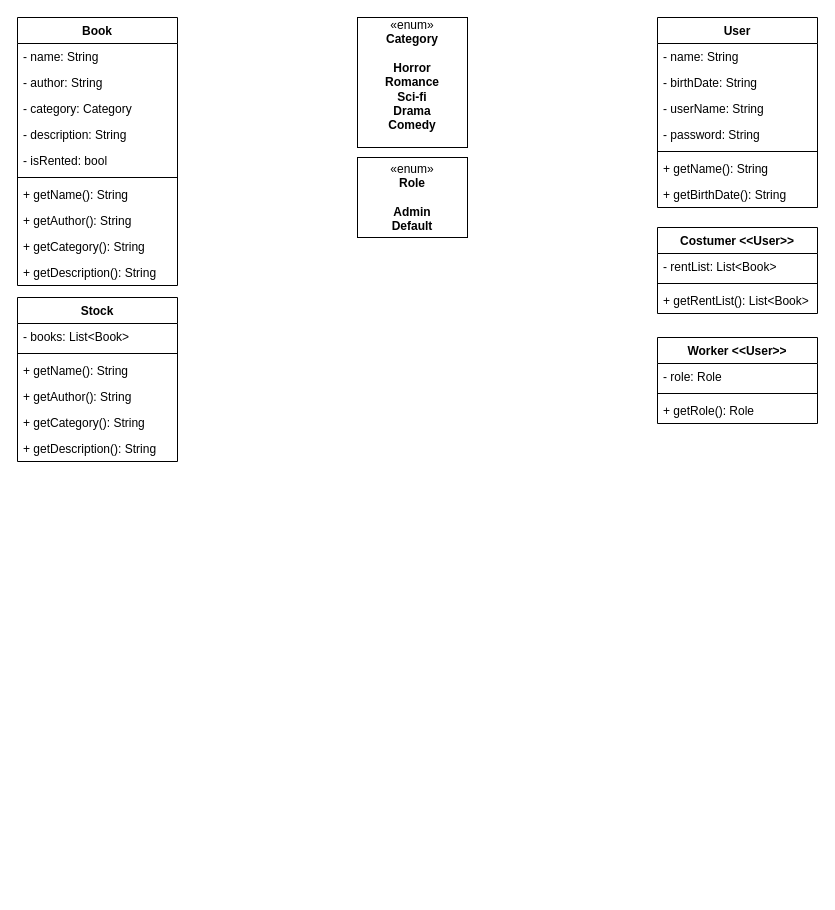
Earlier version of the draw.io diagram Diagrama sem nome.drawio (wOL-Lucas/M2Elio). Source tidied: cells renumbered, new cells numbered last; positions are measured from the earlier drawing's top-left corner, leaving out a move shared by most shapes. Both pictures are drawn from the tidied source at 100%, with x=0, y=0 at pixel (17, 17).
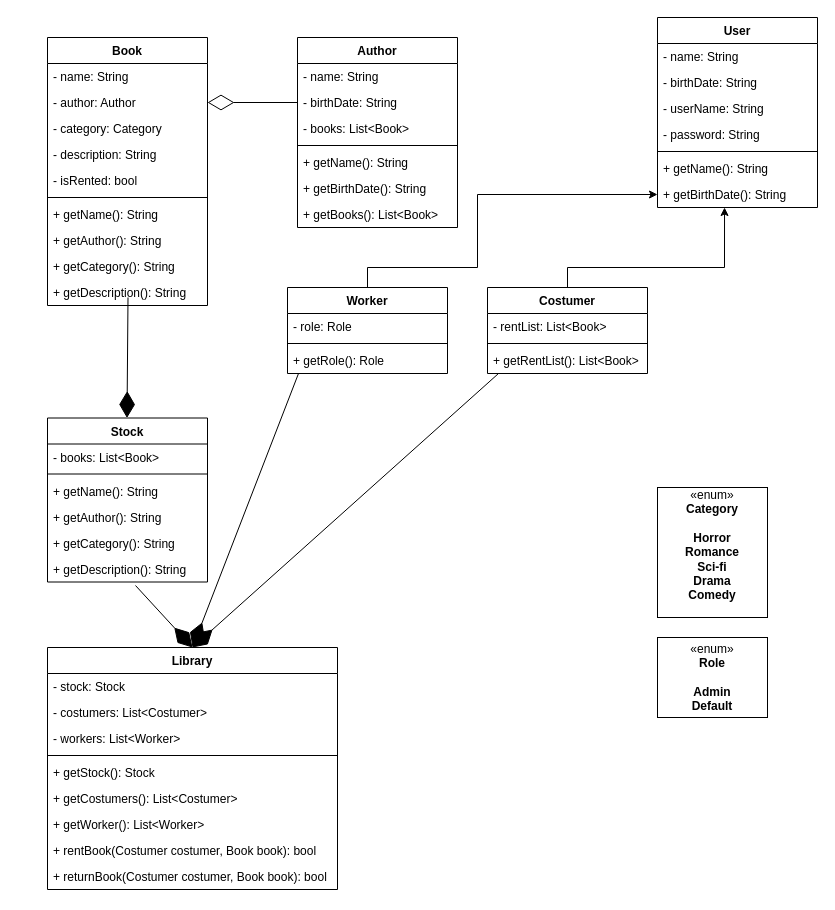
The same page after the edit.

Commit message:
Create Library class and connect relations.

The change refers to these unchanged cells:
```xml
<mxCell id="21" value="+ getBirthDate(): String" style="text;strokeColor=none;fillColor=none;align=left;verticalAlign=top;spacingLeft=4;spacingRight=4;overflow=hidden;points=[[0,0.5],[1,0.5]];portConstraint=eastwest;whiteSpace=wrap;html=1;" parent="14" vertex="1">
  <mxGeometry y="164" width="160" height="26" as="geometry" />
</mxCell>
<mxCell id="37" value="+ getDescription(): String" style="text;strokeColor=none;fillColor=none;align=left;verticalAlign=top;spacingLeft=4;spacingRight=4;overflow=hidden;points=[[0,0.5],[1,0.5]];portConstraint=eastwest;whiteSpace=wrap;html=1;" parent="31" vertex="1">
  <mxGeometry y="138" width="160" height="26" as="geometry" />
</mxCell>
```

What changed in the source:
```diff
@@
     <mxCell id="2" value="Book" style="swimlane;fontStyle=1;align=center;verticalAlign=top;horizontal=1;startSize=26;whiteSpace=wrap;html=1;" parent="1" vertex="1">
-      <mxGeometry width="160" height="268" as="geometry" />
+      <mxGeometry x="30" y="20" width="160" height="268" as="geometry" />
     </mxCell>
@@
-    <mxCell id="4" value="- author: String" style="text;strokeColor=none;fillColor=none;align=left;verticalAlign=top;spacingLeft=4;spacingRight=4;overflow=hidden;points=[[0,0.5],[1,0.5]];portConstraint=eastwest;whiteSpace=wrap;html=1;" parent="2" vertex="1">
+    <mxCell id="4" value="- author: Author" style="text;strokeColor=none;fillColor=none;align=left;verticalAlign=top;spacingLeft=4;spacingRight=4;overflow=hidden;points=[[0,0.5],[1,0.5]];portConstraint=eastwest;whiteSpace=wrap;html=1;" parent="2" vertex="1">
       <mxGeometry y="52" width="160" height="26" as="geometry" />
     </mxCell>
@@
     <mxCell id="13" value="«enum»&lt;br&gt;&lt;div&gt;&lt;b&gt;Category&lt;/b&gt;&lt;/div&gt;&lt;div&gt;&lt;b&gt;&lt;br&gt;&lt;/b&gt;&lt;/div&gt;&lt;div&gt;&lt;b&gt;Horror&lt;/b&gt;&lt;/div&gt;&lt;div&gt;&lt;b&gt;Romance&lt;/b&gt;&lt;/div&gt;&lt;div&gt;&lt;b&gt;Sci-fi&lt;/b&gt;&lt;/div&gt;&lt;div&gt;&lt;b&gt;Drama&lt;/b&gt;&lt;/div&gt;&lt;div&gt;&lt;b&gt;Comedy&lt;/b&gt;&lt;/div&gt;&lt;div&gt;&lt;b&gt;&lt;br&gt;&lt;/b&gt;&lt;/div&gt;" style="html=1;whiteSpace=wrap;" parent="1" vertex="1">
-      <mxGeometry x="340" width="110" height="130" as="geometry" />
+      <mxGeometry x="640" y="470" width="110" height="130" as="geometry" />
     </mxCell>
@@
-    <mxCell id="22" value="Costumer &amp;lt;&amp;lt;User&amp;gt;&amp;gt;" style="swimlane;fontStyle=1;align=center;verticalAlign=top;horizontal=1;startSize=26;whiteSpace=wrap;html=1;" parent="1" vertex="1">
-      <mxGeometry x="640" y="210" width="160" height="86" as="geometry" />
+    <mxCell id="22" value="Costumer" style="swimlane;fontStyle=1;align=center;verticalAlign=top;horizontal=1;startSize=26;whiteSpace=wrap;html=1;" parent="1" vertex="1">
+      <mxGeometry x="470" y="270" width="160" height="86" as="geometry" />
     </mxCell>
@@
+    <mxCell id="38" style="edgeStyle=orthogonalEdgeStyle;rounded=0;jettySize=auto;html=1;exitX=0.5;exitY=0;exitDx=0;exitDy=0;entryX=0;entryY=0.5;entryDx=0;entryDy=0;" parent="1" edge="1" source="26" target="21">
+      <mxGeometry relative="1" as="geometry">
+        <Array as="points">
+          <mxPoint x="350" y="250" />
+          <mxPoint x="460" y="250" />
+          <mxPoint x="460" y="177" />
+        </Array>
+      </mxGeometry>
+    </mxCell>
-    <mxCell id="26" value="Worker &amp;lt;&amp;lt;User&amp;gt;&amp;gt;" style="swimlane;fontStyle=1;align=center;verticalAlign=top;horizontal=1;startSize=26;whiteSpace=wrap;html=1;" parent="1" vertex="1">
-      <mxGeometry x="640" y="320" width="160" height="86" as="geometry" />
+    <mxCell id="26" value="Worker" style="swimlane;fontStyle=1;align=center;verticalAlign=top;horizontal=1;startSize=26;whiteSpace=wrap;html=1;" parent="1" vertex="1">
+      <mxGeometry x="270" y="270" width="160" height="86" as="geometry" />
     </mxCell>
@@
     <mxCell id="30" value="«enum»&lt;br&gt;&lt;b&gt;Role&lt;/b&gt;&lt;br&gt;&lt;div&gt;&lt;b&gt;&lt;br&gt;&lt;/b&gt;&lt;/div&gt;&lt;div&gt;&lt;b&gt;Admin&lt;/b&gt;&lt;/div&gt;&lt;div&gt;&lt;b&gt;Default&lt;br&gt;&lt;/b&gt;&lt;/div&gt;" style="html=1;whiteSpace=wrap;" parent="1" vertex="1">
-      <mxGeometry x="340" y="140" width="110" height="80" as="geometry" />
+      <mxGeometry x="640" y="620" width="110" height="80" as="geometry" />
     </mxCell>
     <mxCell id="31" value="Stock" style="swimlane;fontStyle=1;align=center;verticalAlign=top;horizontal=1;startSize=26;whiteSpace=wrap;html=1;" parent="1" vertex="1">
-      <mxGeometry y="280" width="160" height="164" as="geometry" />
+      <mxGeometry x="30" y="400.5" width="160" height="164" as="geometry" />
     </mxCell>
@@
+    <mxCell id="39" value="Author" style="swimlane;fontStyle=1;align=center;verticalAlign=top;horizontal=1;startSize=26;whiteSpace=wrap;html=1;" parent="1" vertex="1">
+      <mxGeometry x="280" y="20" width="160" height="190" as="geometry" />
+    </mxCell>
+    <mxCell id="40" value="- name: String" style="text;strokeColor=none;fillColor=none;align=left;verticalAlign=top;spacingLeft=4;spacingRight=4;overflow=hidden;whiteSpace=wrap;html=1;" parent="39" vertex="1">
+      <mxGeometry y="26" width="160" height="26" as="geometry" />
+    </mxCell>
+    <mxCell id="41" value="- birthDate: String" style="text;strokeColor=none;fillColor=none;align=left;verticalAlign=top;spacingLeft=4;spacingRight=4;overflow=hidden;points=[[0,0.5],[1,0.5]];portConstraint=eastwest;whiteSpace=wrap;html=1;" parent="39" vertex="1">
+      <mxGeometry y="52" width="160" height="26" as="geometry" />
+    </mxCell>
+    <mxCell id="42" value="- books: List&amp;lt;Book&amp;gt;" style="text;strokeColor=none;fillColor=none;align=left;verticalAlign=top;spacingLeft=4;spacingRight=4;overflow=hidden;whiteSpace=wrap;html=1;" parent="39" vertex="1">
+      <mxGeometry y="78" width="160" height="26" as="geometry" />
+    </mxCell>
+    <mxCell id="43" style="line;strokeWidth=1;fillColor=none;align=left;verticalAlign=middle;spacingTop=-1;spacingLeft=3;spacingRight=3;labelPosition=right;strokeColor=inherit;" parent="39" vertex="1">
+      <mxGeometry y="104" width="160" height="8" as="geometry" />
+    </mxCell>
+    <mxCell id="44" value="+ getName(): String" style="text;strokeColor=none;fillColor=none;align=left;verticalAlign=top;spacingLeft=4;spacingRight=4;overflow=hidden;whiteSpace=wrap;html=1;" parent="39" vertex="1">
+      <mxGeometry y="112" width="160" height="26" as="geometry" />
+    </mxCell>
+    <mxCell id="45" value="+ getBirthDate(): String" style="text;strokeColor=none;fillColor=none;align=left;verticalAlign=top;spacingLeft=4;spacingRight=4;overflow=hidden;whiteSpace=wrap;html=1;" parent="39" vertex="1">
+      <mxGeometry y="138" width="160" height="26" as="geometry" />
+    </mxCell>
+    <mxCell id="46" value="+ getBooks(): List&amp;lt;Book&amp;gt;" style="text;strokeColor=none;fillColor=none;align=left;verticalAlign=top;spacingLeft=4;spacingRight=4;overflow=hidden;whiteSpace=wrap;html=1;" parent="39" vertex="1">
+      <mxGeometry y="164" width="160" height="26" as="geometry" />
+    </mxCell>
+    <mxCell id="47" style="endArrow=diamondThin;endFill=0;endSize=24;html=1;rounded=0;exitX=0;exitY=0.5;exitDx=0;exitDy=0;entryX=1;entryY=0.5;entryDx=0;entryDy=0;" parent="1" edge="1" source="41" target="4">
+      <mxGeometry relative="1" as="geometry" />
+    </mxCell>
+    <mxCell id="48" value="Library" style="swimlane;fontStyle=1;align=center;verticalAlign=top;horizontal=1;startSize=26;whiteSpace=wrap;html=1;" parent="1" vertex="1">
+      <mxGeometry x="30" y="630" width="290" height="242" as="geometry" />
+    </mxCell>
+    <mxCell id="49" value="- stock: Stock" style="text;strokeColor=none;fillColor=none;align=left;verticalAlign=top;spacingLeft=4;spacingRight=4;overflow=hidden;whiteSpace=wrap;html=1;" parent="48" vertex="1">
+      <mxGeometry y="26" width="290" height="26" as="geometry" />
+    </mxCell>
+    <mxCell id="50" value="- costumers: List&amp;lt;Costumer&amp;gt;" style="text;strokeColor=none;fillColor=none;align=left;verticalAlign=top;spacingLeft=4;spacingRight=4;overflow=hidden;whiteSpace=wrap;html=1;" parent="48" vertex="1">
+      <mxGeometry y="52" width="290" height="26" as="geometry" />
+    </mxCell>
+    <mxCell id="51" value="- workers: List&amp;lt;Worker&amp;gt;" style="text;strokeColor=none;fillColor=none;align=left;verticalAlign=top;spacingLeft=4;spacingRight=4;overflow=hidden;whiteSpace=wrap;html=1;" parent="48" vertex="1">
+      <mxGeometry y="78" width="290" height="26" as="geometry" />
+    </mxCell>
+    <mxCell id="52" style="line;strokeWidth=1;fillColor=none;align=left;verticalAlign=middle;spacingTop=-1;spacingLeft=3;spacingRight=3;labelPosition=right;strokeColor=inherit;" parent="48" vertex="1">
+      <mxGeometry y="104" width="290" height="8" as="geometry" />
+    </mxCell>
+    <mxCell id="53" value="+ getStock(): Stock" style="text;strokeColor=none;fillColor=none;align=left;verticalAlign=top;spacingLeft=4;spacingRight=4;overflow=hidden;whiteSpace=wrap;html=1;" parent="48" vertex="1">
+      <mxGeometry y="112" width="290" height="26" as="geometry" />
+    </mxCell>
+    <mxCell id="54" value="+ getCostumers(): List&amp;lt;Costumer&amp;gt;" style="text;strokeColor=none;fillColor=none;align=left;verticalAlign=top;spacingLeft=4;spacingRight=4;overflow=hidden;whiteSpace=wrap;html=1;" parent="48" vertex="1">
+      <mxGeometry y="138" width="290" height="26" as="geometry" />
+    </mxCell>
+    <mxCell id="55" value="+ getWorker(): List&amp;lt;Worker&amp;gt;" style="text;strokeColor=none;fillColor=none;align=left;verticalAlign=top;spacingLeft=4;spacingRight=4;overflow=hidden;whiteSpace=wrap;html=1;" parent="48" vertex="1">
+      <mxGeometry y="164" width="290" height="26" as="geometry" />
+    </mxCell>
+    <mxCell id="56" value="+ rentBook(Costumer costumer, Book book): bool" style="text;strokeColor=none;fillColor=none;align=left;verticalAlign=top;spacingLeft=4;spacingRight=4;overflow=hidden;whiteSpace=wrap;html=1;" parent="48" vertex="1">
+      <mxGeometry y="190" width="290" height="26" as="geometry" />
+    </mxCell>
+    <mxCell id="57" value="+ returnBook(Costumer costumer, Book book): bool" style="text;strokeColor=none;fillColor=none;align=left;verticalAlign=top;spacingLeft=4;spacingRight=4;overflow=hidden;whiteSpace=wrap;html=1;" parent="48" vertex="1">
+      <mxGeometry y="216" width="290" height="26" as="geometry" />
+    </mxCell>
+    <mxCell id="58" style="endArrow=diamondThin;endFill=1;endSize=24;html=1;rounded=0;entryX=0.431;entryY=0;entryDx=0;entryDy=0;entryPerimeter=0;" parent="1" edge="1">
+      <mxGeometry relative="1" as="geometry">
+        <mxPoint x="110.5" y="280" as="sourcePoint" />
+        <mxPoint x="109.5" y="400.5" as="targetPoint" />
+      </mxGeometry>
+    </mxCell>
+    <mxCell id="59" style="endArrow=diamondThin;endFill=1;endSize=24;html=1;rounded=0;exitX=0.55;exitY=1.135;exitDx=0;exitDy=0;exitPerimeter=0;entryX=0.5;entryY=0;entryDx=0;entryDy=0;" parent="1" edge="1" source="37" target="48">
+      <mxGeometry relative="1" as="geometry" />
+    </mxCell>
+    <mxCell id="60" style="endArrow=diamondThin;endFill=1;endSize=24;html=1;rounded=0;entryX=0.5;entryY=0;entryDx=0;entryDy=0;" parent="1" edge="1" target="48">
+      <mxGeometry relative="1" as="geometry">
+        <mxPoint x="281" y="356" as="sourcePoint" />
+      </mxGeometry>
+    </mxCell>
+    <mxCell id="61" style="endArrow=diamondThin;endFill=1;endSize=24;html=1;rounded=0;entryX=0.5;entryY=0;entryDx=0;entryDy=0;" parent="1" edge="1" target="48">
+      <mxGeometry relative="1" as="geometry">
+        <mxPoint x="481" y="356" as="sourcePoint" />
+      </mxGeometry>
+    </mxCell>
+    <mxCell id="62" style="edgeStyle=orthogonalEdgeStyle;rounded=0;jettySize=auto;html=1;exitX=0.5;exitY=0;exitDx=0;exitDy=0;entryX=0.419;entryY=1;entryDx=0;entryDy=0;entryPerimeter=0;" parent="1" edge="1" source="22" target="21">
+      <mxGeometry relative="1" as="geometry">
+        <Array as="points">
+          <mxPoint x="550" y="250" />
+          <mxPoint x="707" y="250" />
+        </Array>
+      </mxGeometry>
+    </mxCell>
```
